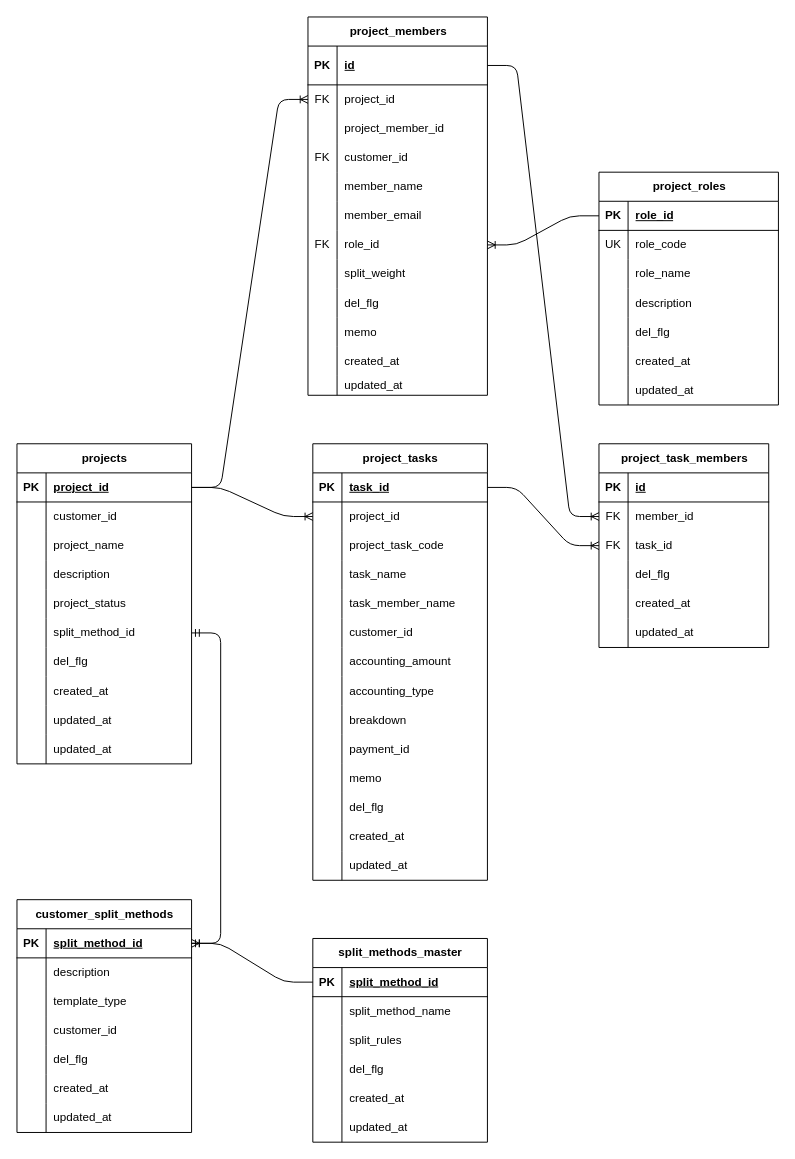
Above: page "プロジェクト系" (2 of 2) of docs/ER-Diagram.drawio in MafsafumiFullno/warikan_app (draw.io), before the change. Source tidied: cells renumbered, new cells numbered last; positions are measured from the earlier drawing's top-left corner, leaving out a move shared by most shapes. Both pictures are drawn from the tidied source at 97%, with x=0, y=0 at pixel (16, 16).
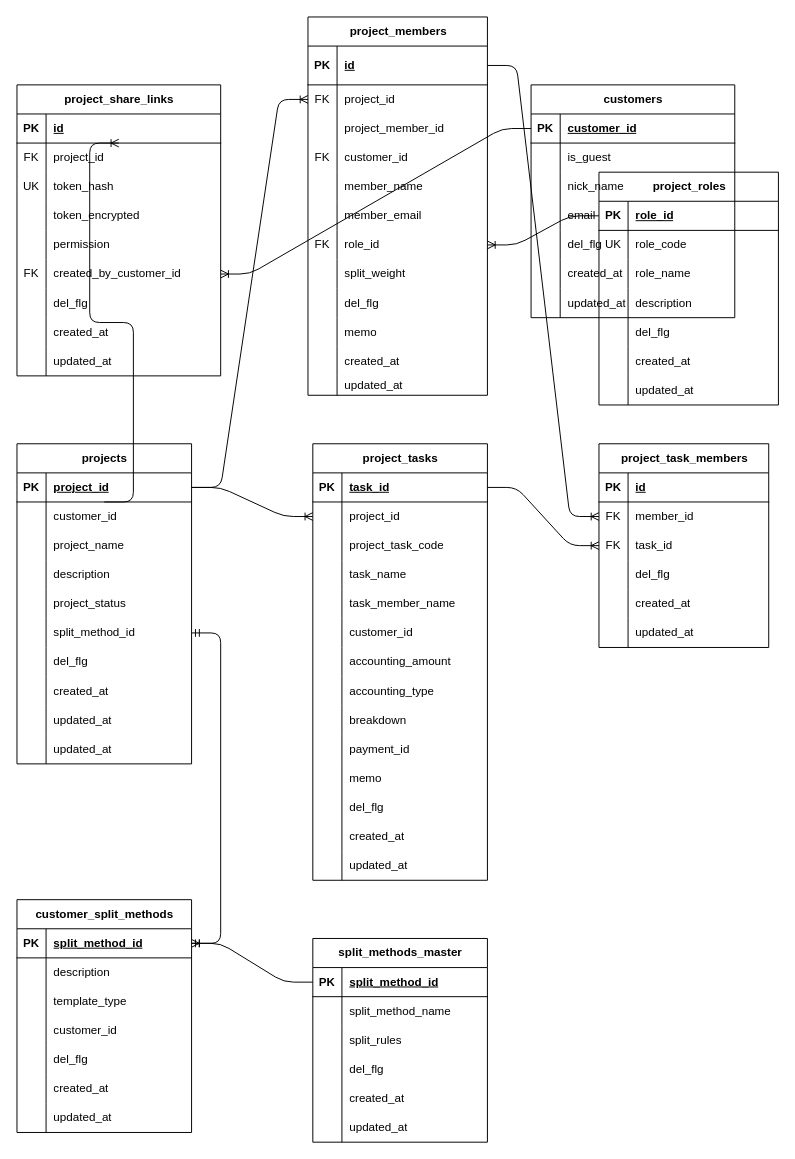
The same page after the edit.

The change refers to these unchanged cells:
```xml
<mxCell id="3" style="shape=tableRow;horizontal=0;startSize=0;swimlaneHead=0;swimlaneBody=0;fillColor=none;points=[[0,0.5],[1,0.5]];portConstraint=eastwest;top=0;left=0;right=0;bottom=1;" parent="2" vertex="1">
  <mxGeometry y="30" width="180" height="30" as="geometry" />
</mxCell>
```

The edit, as a diff of the source:
```diff
@@
+    <mxCell id="202" value="project_share_links" style="shape=table;startSize=30;childLayout=tableLayout;rowLines=0;fontStyle=1;align=center;html=1;" parent="1" vertex="1">
+      <mxGeometry y="70" width="210" height="300" as="geometry" />
+    </mxCell>
+    <mxCell id="203" style="shape=tableRow;horizontal=0;startSize=0;swimlaneHead=0;swimlaneBody=0;fillColor=none;top=0;left=0;right=0;bottom=1;" parent="202" vertex="1">
+      <mxGeometry y="30" width="210" height="30" as="geometry" />
+    </mxCell>
+    <mxCell id="204" value="PK" style="shape=partialRectangle;fillColor=none;top=0;left=0;bottom=0;right=0;fontStyle=1;overflow=hidden;whiteSpace=wrap;html=1;" parent="203" vertex="1">
+      <mxGeometry width="30" height="30" as="geometry" />
+    </mxCell>
+    <mxCell id="205" value="id" style="shape=partialRectangle;fillColor=none;top=0;left=0;bottom=0;right=0;align=left;spacingLeft=6;fontStyle=5;overflow=hidden;whiteSpace=wrap;html=1;" parent="203" vertex="1">
+      <mxGeometry x="30" width="180" height="30" as="geometry" />
+    </mxCell>
+    <mxCell id="206" style="shape=tableRow;horizontal=0;startSize=0;swimlaneHead=0;swimlaneBody=0;fillColor=none;points=[[0,0.5],[1,0.5]];portConstraint=eastwest;top=0;left=0;right=0;bottom=0;" parent="202" vertex="1">
+      <mxGeometry y="60" width="210" height="30" as="geometry" />
+    </mxCell>
+    <mxCell id="207" value="FK" style="shape=partialRectangle;fillColor=none;top=0;left=0;bottom=0;right=0;overflow=hidden;whiteSpace=wrap;html=1;" parent="206" vertex="1">
+      <mxGeometry width="30" height="30" as="geometry" />
+    </mxCell>
+    <mxCell id="208" value="project_id" style="shape=partialRectangle;fillColor=none;top=0;left=0;bottom=0;right=0;align=left;spacingLeft=6;overflow=hidden;whiteSpace=wrap;html=1;" parent="206" vertex="1">
+      <mxGeometry x="30" width="180" height="30" as="geometry" />
+    </mxCell>
+    <mxCell id="209" style="shape=tableRow;horizontal=0;startSize=0;swimlaneHead=0;swimlaneBody=0;fillColor=none;top=0;left=0;right=0;bottom=0;" parent="202" vertex="1">
+      <mxGeometry y="90" width="210" height="30" as="geometry" />
+    </mxCell>
+    <mxCell id="210" value="UK" style="shape=partialRectangle;fillColor=none;top=0;left=0;bottom=0;right=0;overflow=hidden;whiteSpace=wrap;html=1;" parent="209" vertex="1">
+      <mxGeometry width="30" height="30" as="geometry" />
+    </mxCell>
+    <mxCell id="211" value="token_hash" style="shape=partialRectangle;fillColor=none;top=0;left=0;bottom=0;right=0;align=left;spacingLeft=6;overflow=hidden;whiteSpace=wrap;html=1;" parent="209" vertex="1">
+      <mxGeometry x="30" width="180" height="30" as="geometry" />
+    </mxCell>
+    <mxCell id="212" style="shape=tableRow;horizontal=0;startSize=0;swimlaneHead=0;swimlaneBody=0;fillColor=none;top=0;left=0;right=0;bottom=0;" parent="202" vertex="1">
+      <mxGeometry y="120" width="210" height="30" as="geometry" />
+    </mxCell>
+    <mxCell id="213" style="shape=partialRectangle;fillColor=none;top=0;left=0;bottom=0;right=0;overflow=hidden;whiteSpace=wrap;html=1;" parent="212" vertex="1">
+      <mxGeometry width="30" height="30" as="geometry" />
+    </mxCell>
+    <mxCell id="214" value="token_encrypted" style="shape=partialRectangle;fillColor=none;top=0;left=0;bottom=0;right=0;align=left;spacingLeft=6;overflow=hidden;whiteSpace=wrap;html=1;" parent="212" vertex="1">
+      <mxGeometry x="30" width="180" height="30" as="geometry" />
+    </mxCell>
+    <mxCell id="215" style="shape=tableRow;horizontal=0;startSize=0;swimlaneHead=0;swimlaneBody=0;fillColor=none;top=0;left=0;right=0;bottom=0;" parent="202" vertex="1">
+      <mxGeometry y="150" width="210" height="30" as="geometry" />
+    </mxCell>
+    <mxCell id="216" style="shape=partialRectangle;fillColor=none;top=0;left=0;bottom=0;right=0;overflow=hidden;whiteSpace=wrap;html=1;" parent="215" vertex="1">
+      <mxGeometry width="30" height="30" as="geometry" />
+    </mxCell>
+    <mxCell id="217" value="permission" style="shape=partialRectangle;fillColor=none;top=0;left=0;bottom=0;right=0;align=left;spacingLeft=6;overflow=hidden;whiteSpace=wrap;html=1;" parent="215" vertex="1">
+      <mxGeometry x="30" width="180" height="30" as="geometry" />
+    </mxCell>
+    <mxCell id="218" style="shape=tableRow;horizontal=0;startSize=0;swimlaneHead=0;swimlaneBody=0;fillColor=none;points=[[0,0.5],[1,0.5]];portConstraint=eastwest;top=0;left=0;right=0;bottom=0;" parent="202" vertex="1">
+      <mxGeometry y="180" width="210" height="30" as="geometry" />
+    </mxCell>
+    <mxCell id="219" value="FK" style="shape=partialRectangle;fillColor=none;top=0;left=0;bottom=0;right=0;overflow=hidden;whiteSpace=wrap;html=1;" parent="218" vertex="1">
+      <mxGeometry width="30" height="30" as="geometry" />
+    </mxCell>
+    <mxCell id="220" value="created_by_customer_id" style="shape=partialRectangle;fillColor=none;top=0;left=0;bottom=0;right=0;align=left;spacingLeft=6;overflow=hidden;whiteSpace=wrap;html=1;" parent="218" vertex="1">
+      <mxGeometry x="30" width="180" height="30" as="geometry" />
+    </mxCell>
+    <mxCell id="221" style="shape=tableRow;horizontal=0;startSize=0;swimlaneHead=0;swimlaneBody=0;fillColor=none;top=0;left=0;right=0;bottom=0;" parent="202" vertex="1">
+      <mxGeometry y="210" width="210" height="30" as="geometry" />
+    </mxCell>
+    <mxCell id="222" style="shape=partialRectangle;fillColor=none;top=0;left=0;bottom=0;right=0;overflow=hidden;whiteSpace=wrap;html=1;" parent="221" vertex="1">
+      <mxGeometry width="30" height="30" as="geometry" />
+    </mxCell>
+    <mxCell id="223" value="del_flg" style="shape=partialRectangle;fillColor=none;top=0;left=0;bottom=0;right=0;align=left;spacingLeft=6;overflow=hidden;whiteSpace=wrap;html=1;" parent="221" vertex="1">
+      <mxGeometry x="30" width="180" height="30" as="geometry" />
+    </mxCell>
+    <mxCell id="224" style="shape=tableRow;horizontal=0;startSize=0;swimlaneHead=0;swimlaneBody=0;fillColor=none;top=0;left=0;right=0;bottom=0;" parent="202" vertex="1">
+      <mxGeometry y="240" width="210" height="30" as="geometry" />
+    </mxCell>
+    <mxCell id="225" style="shape=partialRectangle;fillColor=none;top=0;left=0;bottom=0;right=0;overflow=hidden;whiteSpace=wrap;html=1;" parent="224" vertex="1">
+      <mxGeometry width="30" height="30" as="geometry" />
+    </mxCell>
+    <mxCell id="226" value="created_at" style="shape=partialRectangle;fillColor=none;top=0;left=0;bottom=0;right=0;align=left;spacingLeft=6;overflow=hidden;whiteSpace=wrap;html=1;" parent="224" vertex="1">
+      <mxGeometry x="30" width="180" height="30" as="geometry" />
+    </mxCell>
+    <mxCell id="227" style="shape=tableRow;horizontal=0;startSize=0;swimlaneHead=0;swimlaneBody=0;fillColor=none;top=0;left=0;right=0;bottom=0;" parent="202" vertex="1">
+      <mxGeometry y="270" width="210" height="30" as="geometry" />
+    </mxCell>
+    <mxCell id="228" style="shape=partialRectangle;fillColor=none;top=0;left=0;bottom=0;right=0;overflow=hidden;whiteSpace=wrap;html=1;" parent="227" vertex="1">
+      <mxGeometry width="30" height="30" as="geometry" />
+    </mxCell>
+    <mxCell id="229" value="updated_at" style="shape=partialRectangle;fillColor=none;top=0;left=0;bottom=0;right=0;align=left;spacingLeft=6;overflow=hidden;whiteSpace=wrap;html=1;" parent="227" vertex="1">
+      <mxGeometry x="30" width="180" height="30" as="geometry" />
+    </mxCell>
+    <mxCell id="230" style="edgeStyle=entityRelationEdgeStyle;fontSize=12;html=1;endArrow=ERoneToMany;exitX=0.5;exitY=1;exitDx=0;exitDy=0;entryX=0.5;entryY=0;entryDx=0;entryDy=0;" parent="1" edge="1" source="3" target="206">
+      <mxGeometry relative="1" as="geometry" />
+    </mxCell>
+    <mxCell id="231" value="customers" style="shape=table;startSize=30;childLayout=tableLayout;rowLines=0;fontStyle=1;align=center;html=1;" parent="1" vertex="1">
+      <mxGeometry x="530" y="70" width="210" height="240" as="geometry" />
+    </mxCell>
+    <mxCell id="232" style="shape=tableRow;horizontal=0;startSize=0;swimlaneHead=0;swimlaneBody=0;fillColor=none;points=[[0,0.5],[1,0.5]];portConstraint=eastwest;top=0;left=0;right=0;bottom=1;" parent="231" vertex="1">
+      <mxGeometry y="30" width="210" height="30" as="geometry" />
+    </mxCell>
+    <mxCell id="233" value="PK" style="shape=partialRectangle;fillColor=none;top=0;left=0;bottom=0;right=0;fontStyle=1;overflow=hidden;whiteSpace=wrap;html=1;" parent="232" vertex="1">
+      <mxGeometry width="30" height="30" as="geometry" />
+    </mxCell>
+    <mxCell id="234" value="customer_id" style="shape=partialRectangle;fillColor=none;top=0;left=0;bottom=0;right=0;align=left;spacingLeft=6;fontStyle=5;overflow=hidden;whiteSpace=wrap;html=1;" parent="232" vertex="1">
+      <mxGeometry x="30" width="180" height="30" as="geometry" />
+    </mxCell>
+    <mxCell id="235" style="shape=tableRow;horizontal=0;startSize=0;swimlaneHead=0;swimlaneBody=0;fillColor=none;top=0;left=0;right=0;bottom=0;" parent="231" vertex="1">
+      <mxGeometry y="60" width="210" height="30" as="geometry" />
+    </mxCell>
+    <mxCell id="236" style="shape=partialRectangle;fillColor=none;top=0;left=0;bottom=0;right=0;overflow=hidden;whiteSpace=wrap;html=1;" parent="235" vertex="1">
+      <mxGeometry width="30" height="30" as="geometry" />
+    </mxCell>
+    <mxCell id="237" value="is_guest" style="shape=partialRectangle;fillColor=none;top=0;left=0;bottom=0;right=0;align=left;spacingLeft=6;overflow=hidden;whiteSpace=wrap;html=1;" parent="235" vertex="1">
+      <mxGeometry x="30" width="180" height="30" as="geometry" />
+    </mxCell>
+    <mxCell id="238" style="shape=tableRow;horizontal=0;startSize=0;swimlaneHead=0;swimlaneBody=0;fillColor=none;top=0;left=0;right=0;bottom=0;" parent="231" vertex="1">
+      <mxGeometry y="90" width="210" height="30" as="geometry" />
+    </mxCell>
+    <mxCell id="239" style="shape=partialRectangle;fillColor=none;top=0;left=0;bottom=0;right=0;overflow=hidden;whiteSpace=wrap;html=1;" parent="238" vertex="1">
+      <mxGeometry width="30" height="30" as="geometry" />
+    </mxCell>
+    <mxCell id="240" value="nick_name" style="shape=partialRectangle;fillColor=none;top=0;left=0;bottom=0;right=0;align=left;spacingLeft=6;overflow=hidden;whiteSpace=wrap;html=1;" parent="238" vertex="1">
+      <mxGeometry x="30" width="180" height="30" as="geometry" />
+    </mxCell>
+    <mxCell id="241" style="shape=tableRow;horizontal=0;startSize=0;swimlaneHead=0;swimlaneBody=0;fillColor=none;top=0;left=0;right=0;bottom=0;" parent="231" vertex="1">
+      <mxGeometry y="120" width="210" height="30" as="geometry" />
+    </mxCell>
+    <mxCell id="242" style="shape=partialRectangle;fillColor=none;top=0;left=0;bottom=0;right=0;overflow=hidden;whiteSpace=wrap;html=1;" parent="241" vertex="1">
+      <mxGeometry width="30" height="30" as="geometry" />
+    </mxCell>
+    <mxCell id="243" value="email" style="shape=partialRectangle;fillColor=none;top=0;left=0;bottom=0;right=0;align=left;spacingLeft=6;overflow=hidden;whiteSpace=wrap;html=1;" parent="241" vertex="1">
+      <mxGeometry x="30" width="180" height="30" as="geometry" />
+    </mxCell>
+    <mxCell id="244" style="shape=tableRow;horizontal=0;startSize=0;swimlaneHead=0;swimlaneBody=0;fillColor=none;top=0;left=0;right=0;bottom=0;" parent="231" vertex="1">
+      <mxGeometry y="150" width="210" height="30" as="geometry" />
+    </mxCell>
+    <mxCell id="245" style="shape=partialRectangle;fillColor=none;top=0;left=0;bottom=0;right=0;overflow=hidden;whiteSpace=wrap;html=1;" parent="244" vertex="1">
+      <mxGeometry width="30" height="30" as="geometry" />
+    </mxCell>
+    <mxCell id="246" value="del_flg" style="shape=partialRectangle;fillColor=none;top=0;left=0;bottom=0;right=0;align=left;spacingLeft=6;overflow=hidden;whiteSpace=wrap;html=1;" parent="244" vertex="1">
+      <mxGeometry x="30" width="180" height="30" as="geometry" />
+    </mxCell>
+    <mxCell id="247" style="shape=tableRow;horizontal=0;startSize=0;swimlaneHead=0;swimlaneBody=0;fillColor=none;top=0;left=0;right=0;bottom=0;" parent="231" vertex="1">
+      <mxGeometry y="180" width="210" height="30" as="geometry" />
+    </mxCell>
+    <mxCell id="248" style="shape=partialRectangle;fillColor=none;top=0;left=0;bottom=0;right=0;overflow=hidden;whiteSpace=wrap;html=1;" parent="247" vertex="1">
+      <mxGeometry width="30" height="30" as="geometry" />
+    </mxCell>
+    <mxCell id="249" value="created_at" style="shape=partialRectangle;fillColor=none;top=0;left=0;bottom=0;right=0;align=left;spacingLeft=6;overflow=hidden;whiteSpace=wrap;html=1;" parent="247" vertex="1">
+      <mxGeometry x="30" width="180" height="30" as="geometry" />
+    </mxCell>
+    <mxCell id="250" style="shape=tableRow;horizontal=0;startSize=0;swimlaneHead=0;swimlaneBody=0;fillColor=none;top=0;left=0;right=0;bottom=0;" parent="231" vertex="1">
+      <mxGeometry y="210" width="210" height="30" as="geometry" />
+    </mxCell>
+    <mxCell id="251" style="shape=partialRectangle;fillColor=none;top=0;left=0;bottom=0;right=0;overflow=hidden;whiteSpace=wrap;html=1;" parent="250" vertex="1">
+      <mxGeometry width="30" height="30" as="geometry" />
+    </mxCell>
+    <mxCell id="252" value="updated_at" style="shape=partialRectangle;fillColor=none;top=0;left=0;bottom=0;right=0;align=left;spacingLeft=6;overflow=hidden;whiteSpace=wrap;html=1;" parent="250" vertex="1">
+      <mxGeometry x="30" width="180" height="30" as="geometry" />
+    </mxCell>
+    <mxCell id="253" style="edgeStyle=entityRelationEdgeStyle;fontSize=12;html=1;endArrow=ERoneToMany;exitX=0;exitY=0.5;exitDx=0;exitDy=0;entryX=1;entryY=0.5;entryDx=0;entryDy=0;" parent="1" edge="1" source="232" target="218">
+      <mxGeometry relative="1" as="geometry" />
+    </mxCell>
```
